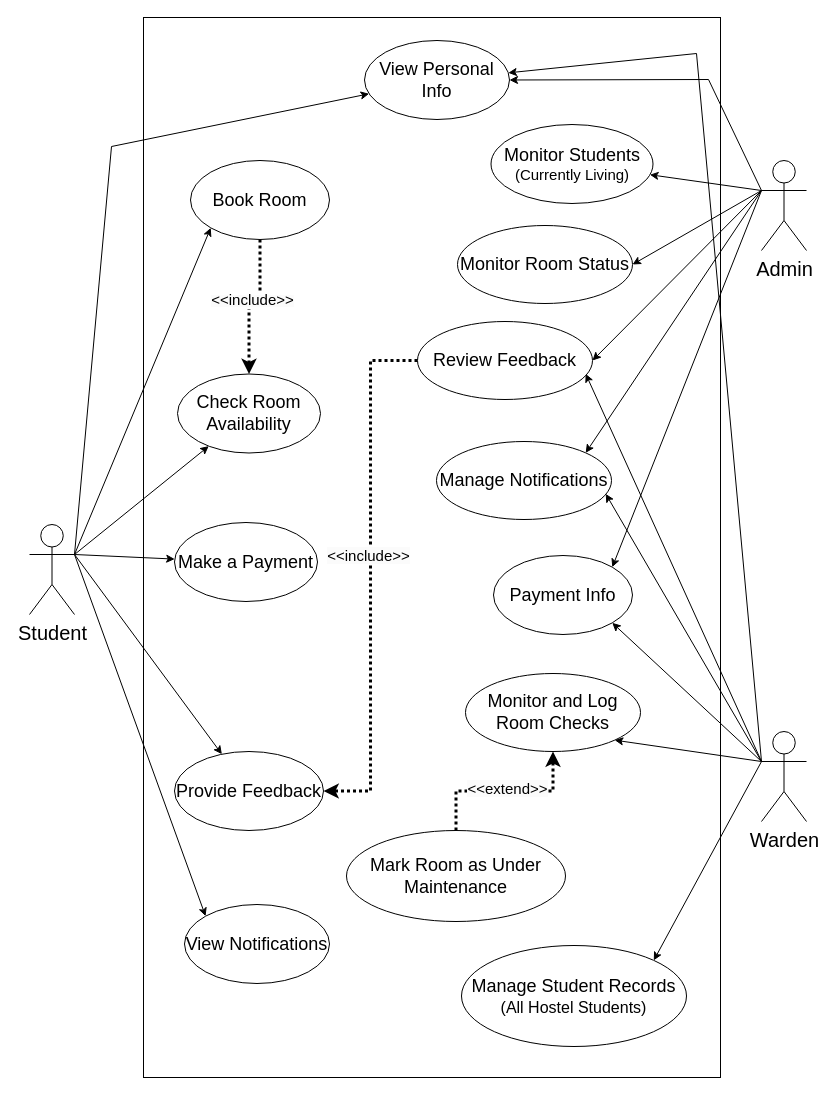
OU-Hostel-Management/OU-Hostel-System keeps this draw.io diagram as Use_case_diagram.drawio. Above is the earlier version. Source tidied: cells renumbered, new cells numbered last; positions are measured from the earlier drawing's top-left corner, leaving out a move shared by most shapes. Both pictures are drawn from the tidied source at 100%, with x=0, y=0 at pixel (29, 17).
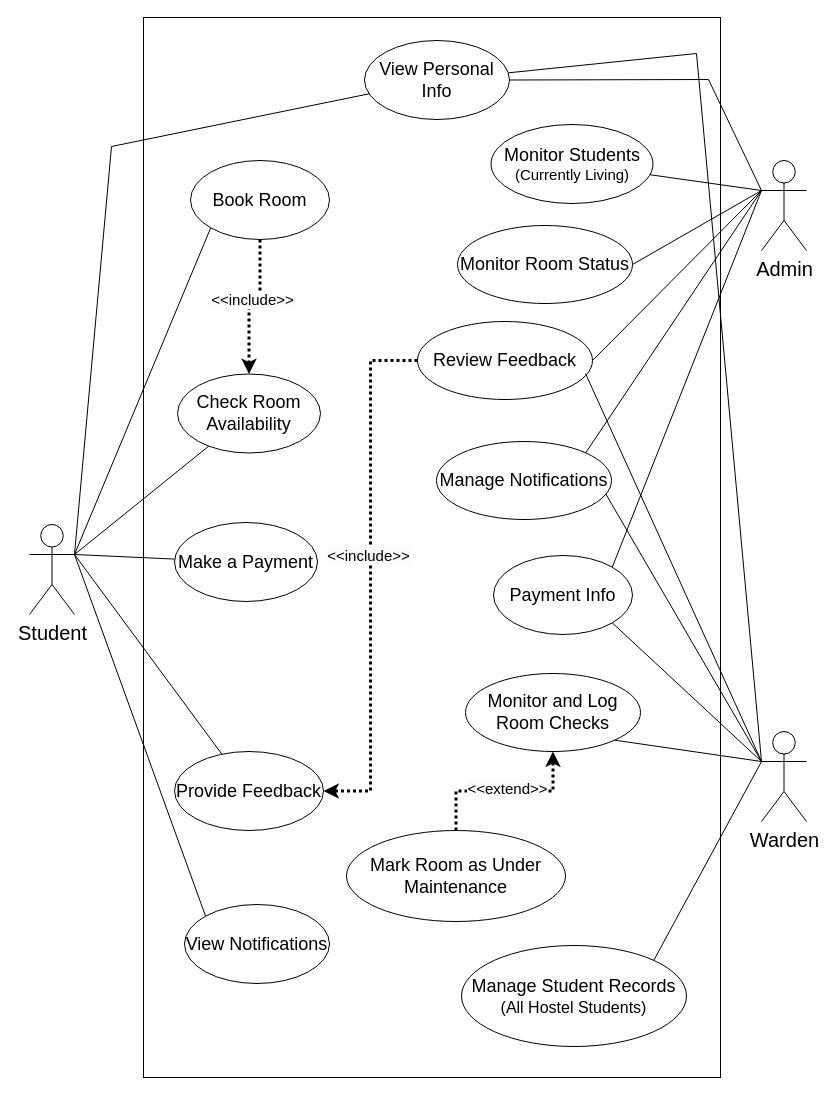
The same diagram, later.

The change refers to these unchanged cells:
```xml
<mxCell id="3" value="&lt;font style=&quot;font-size: 20px;&quot;&gt;Student&lt;/font&gt;" style="shape=umlActor;verticalLabelPosition=bottom;verticalAlign=top;html=1;outlineConnect=0;" parent="1" vertex="1">
  <mxGeometry y="507" width="45" height="90" as="geometry" />
</mxCell>
<mxCell id="4" value="&lt;font style=&quot;font-size: 20px;&quot;&gt;Admin&lt;/font&gt;" style="shape=umlActor;verticalLabelPosition=bottom;verticalAlign=top;html=1;outlineConnect=0;" parent="1" vertex="1">
  <mxGeometry x="732" y="143" width="45" height="90" as="geometry" />
</mxCell>
<mxCell id="5" value="&lt;font style=&quot;font-size: 20px;&quot;&gt;Warden&lt;/font&gt;" style="shape=umlActor;verticalLabelPosition=bottom;verticalAlign=top;html=1;outlineConnect=0;" parent="1" vertex="1">
  <mxGeometry x="732" y="714" width="45" height="90" as="geometry" />
</mxCell>
<mxCell id="6" value="&lt;font style=&quot;font-size: 18px;&quot;&gt;View Personal Info&lt;/font&gt;" style="ellipse;whiteSpace=wrap;html=1;" parent="1" vertex="1">
  <mxGeometry x="335" y="23" width="145" height="79" as="geometry" />
</mxCell>
<mxCell id="9" value="&lt;span style=&quot;font-size: 18px;&quot;&gt;Book Room&lt;/span&gt;" style="ellipse;whiteSpace=wrap;html=1;" parent="1" vertex="1">
  <mxGeometry x="161" y="143" width="139" height="79" as="geometry" />
</mxCell>
<mxCell id="10" value="&lt;font style=&quot;font-size: 18px;&quot;&gt;Make a Payment&lt;/font&gt;" style="ellipse;whiteSpace=wrap;html=1;" parent="1" vertex="1">
  <mxGeometry x="145" y="505" width="143" height="79" as="geometry" />
</mxCell>
<mxCell id="11" value="&lt;font style=&quot;font-size: 18px;&quot;&gt;Provide Feedback&lt;/font&gt;" style="ellipse;whiteSpace=wrap;html=1;" parent="1" vertex="1">
  <mxGeometry x="145" y="734" width="149" height="79" as="geometry" />
</mxCell>
<mxCell id="12" value="&lt;font style=&quot;font-size: 18px;&quot;&gt;View Notifications&lt;/font&gt;" style="ellipse;whiteSpace=wrap;html=1;" parent="1" vertex="1">
  <mxGeometry x="155" y="887" width="145" height="79" as="geometry" />
</mxCell>
<mxCell id="13" value="&lt;font style=&quot;font-size: 18px;&quot;&gt;Check Room Availability&lt;/font&gt;" style="ellipse;whiteSpace=wrap;html=1;" parent="1" vertex="1">
  <mxGeometry x="148" y="356.5" width="143" height="79" as="geometry" />
</mxCell>
<mxCell id="14" value="&lt;font style=&quot;font-size: 18px;&quot;&gt;Monitor Students&lt;/font&gt;&lt;div&gt;&lt;font style=&quot;font-size: 15px;&quot;&gt;(Currently Living)&lt;/font&gt;&lt;/div&gt;" style="ellipse;whiteSpace=wrap;html=1;" parent="1" vertex="1">
  <mxGeometry x="461.5" y="107" width="162" height="79" as="geometry" />
</mxCell>
<mxCell id="15" value="&lt;font style=&quot;font-size: 18px;&quot;&gt;Payment Info&lt;/font&gt;" style="ellipse;whiteSpace=wrap;html=1;" parent="1" vertex="1">
  <mxGeometry x="464" y="538" width="139" height="79" as="geometry" />
</mxCell>
<mxCell id="16" value="&lt;font style=&quot;font-size: 18px;&quot;&gt;Manage Notifications&lt;/font&gt;" style="ellipse;whiteSpace=wrap;html=1;" parent="1" vertex="1">
  <mxGeometry x="407" y="424" width="175" height="78" as="geometry" />
</mxCell>
<mxCell id="19" value="&lt;font style=&quot;font-size: 18px;&quot;&gt;Review Feedback&lt;/font&gt;" style="ellipse;whiteSpace=wrap;html=1;" parent="1" vertex="1">
  <mxGeometry x="388" y="304" width="175" height="78" as="geometry" />
</mxCell>
<mxCell id="20" value="&lt;font style=&quot;font-size: 18px;&quot;&gt;Monitor Room Status&lt;/font&gt;" style="ellipse;whiteSpace=wrap;html=1;" parent="1" vertex="1">
  <mxGeometry x="428" y="208" width="175" height="78" as="geometry" />
</mxCell>
<mxCell id="22" value="&lt;font style=&quot;font-size: 18px;&quot;&gt;Manage Student Records&lt;/font&gt;&lt;div&gt;&lt;font style=&quot;font-size: 16px;&quot;&gt;(All Hostel Students)&lt;/font&gt;&lt;/div&gt;" style="ellipse;whiteSpace=wrap;html=1;" parent="1" vertex="1">
  <mxGeometry x="432" y="928" width="225" height="101" as="geometry" />
</mxCell>
<mxCell id="23" value="&lt;font style=&quot;font-size: 18px;&quot;&gt;Monitor and Log Room Checks&lt;/font&gt;" style="ellipse;whiteSpace=wrap;html=1;" parent="1" vertex="1">
  <mxGeometry x="436" y="656" width="175" height="78" as="geometry" />
</mxCell>
```

Change to the diagram source:
```diff
@@
-    <mxCell id="27" style="endArrow=classic;html=1;rounded=0;exitX=1;exitY=0.3333333333333333;exitDx=0;exitDy=0;exitPerimeter=0;" parent="1" edge="1" source="3" target="6">
+    <mxCell id="27" style="endArrow=none;html=1;rounded=0;exitX=1;exitY=0.3333333333333333;exitDx=0;exitDy=0;exitPerimeter=0;startFill=0;" parent="1" edge="1" source="3" target="6">
       <mxGeometry relative="1" as="geometry">
         <Array as="points">
           <mxPoint x="82" y="129" />
         </Array>
       </mxGeometry>
     </mxCell>
-    <mxCell id="28" style="endArrow=classic;html=1;rounded=0;exitX=1;exitY=0.3333333333333333;exitDx=0;exitDy=0;exitPerimeter=0;entryX=0;entryY=1;entryDx=0;entryDy=0;" parent="1" edge="1" source="3" target="9">
+    <mxCell id="28" style="endArrow=none;html=1;rounded=0;exitX=1;exitY=0.3333333333333333;exitDx=0;exitDy=0;exitPerimeter=0;entryX=0;entryY=1;entryDx=0;entryDy=0;startFill=0;" parent="1" edge="1" source="3" target="9">
       <mxGeometry relative="1" as="geometry" />
     </mxCell>
-    <mxCell id="29" style="endArrow=classic;html=1;rounded=0;exitX=1;exitY=0.3333333333333333;exitDx=0;exitDy=0;exitPerimeter=0;" parent="1" edge="1" source="3" target="13">
+    <mxCell id="29" style="endArrow=none;html=1;rounded=0;exitX=1;exitY=0.3333333333333333;exitDx=0;exitDy=0;exitPerimeter=0;startFill=0;" parent="1" edge="1" source="3" target="13">
       <mxGeometry relative="1" as="geometry" />
     </mxCell>
-    <mxCell id="30" style="endArrow=classic;html=1;rounded=0;exitX=1;exitY=0.3333333333333333;exitDx=0;exitDy=0;exitPerimeter=0;" parent="1" edge="1" source="3" target="10">
+    <mxCell id="30" style="endArrow=none;html=1;rounded=0;exitX=1;exitY=0.3333333333333333;exitDx=0;exitDy=0;exitPerimeter=0;startFill=0;" parent="1" edge="1" source="3" target="10">
       <mxGeometry relative="1" as="geometry" />
     </mxCell>
-    <mxCell id="31" style="endArrow=classic;html=1;rounded=0;exitX=1;exitY=0.3333333333333333;exitDx=0;exitDy=0;exitPerimeter=0;" parent="1" edge="1" source="3" target="11">
+    <mxCell id="31" style="endArrow=none;html=1;rounded=0;exitX=1;exitY=0.3333333333333333;exitDx=0;exitDy=0;exitPerimeter=0;startFill=0;" parent="1" edge="1" source="3" target="11">
       <mxGeometry relative="1" as="geometry" />
     </mxCell>
-    <mxCell id="32" style="endArrow=classic;html=1;rounded=0;exitX=1;exitY=0.3333333333333333;exitDx=0;exitDy=0;exitPerimeter=0;entryX=0;entryY=0;entryDx=0;entryDy=0;" parent="1" edge="1" source="3" target="12">
+    <mxCell id="32" style="endArrow=none;html=1;rounded=0;exitX=1;exitY=0.3333333333333333;exitDx=0;exitDy=0;exitPerimeter=0;entryX=0;entryY=0;entryDx=0;entryDy=0;startFill=0;" parent="1" edge="1" source="3" target="12">
       <mxGeometry relative="1" as="geometry" />
     </mxCell>
-    <mxCell id="33" style="endArrow=classic;html=1;rounded=0;exitX=0;exitY=0.3333333333333333;exitDx=0;exitDy=0;exitPerimeter=0;" parent="1" edge="1" source="4" target="6">
+    <mxCell id="33" style="endArrow=none;html=1;rounded=0;exitX=0;exitY=0.3333333333333333;exitDx=0;exitDy=0;exitPerimeter=0;startFill=0;" parent="1" edge="1" source="4" target="6">
       <mxGeometry relative="1" as="geometry">
         <Array as="points">
           <mxPoint x="679" y="62" />
         </Array>
       </mxGeometry>
     </mxCell>
-    <mxCell id="34" style="endArrow=classic;html=1;rounded=0;exitX=0;exitY=0.3333333333333333;exitDx=0;exitDy=0;exitPerimeter=0;" parent="1" edge="1" source="4" target="14">
+    <mxCell id="34" style="endArrow=none;html=1;rounded=0;exitX=0;exitY=0.3333333333333333;exitDx=0;exitDy=0;exitPerimeter=0;startFill=0;" parent="1" edge="1" source="4" target="14">
       <mxGeometry relative="1" as="geometry" />
     </mxCell>
-    <mxCell id="35" style="endArrow=classic;html=1;rounded=0;exitX=0;exitY=0.3333333333333333;exitDx=0;exitDy=0;exitPerimeter=0;entryX=1;entryY=0.5;entryDx=0;entryDy=0;" parent="1" edge="1" source="4" target="20">
+    <mxCell id="35" style="endArrow=none;html=1;rounded=0;exitX=0;exitY=0.3333333333333333;exitDx=0;exitDy=0;exitPerimeter=0;entryX=1;entryY=0.5;entryDx=0;entryDy=0;startFill=0;" parent="1" edge="1" source="4" target="20">
       <mxGeometry relative="1" as="geometry" />
     </mxCell>
-    <mxCell id="36" style="endArrow=classic;html=1;rounded=0;exitX=0;exitY=0.3333333333333333;exitDx=0;exitDy=0;exitPerimeter=0;entryX=1;entryY=0.5;entryDx=0;entryDy=0;" parent="1" edge="1" source="4" target="19">
+    <mxCell id="36" style="endArrow=none;html=1;rounded=0;exitX=0;exitY=0.3333333333333333;exitDx=0;exitDy=0;exitPerimeter=0;entryX=1;entryY=0.5;entryDx=0;entryDy=0;startFill=0;" parent="1" edge="1" source="4" target="19">
       <mxGeometry relative="1" as="geometry" />
     </mxCell>
-    <mxCell id="37" style="endArrow=classic;html=1;rounded=0;exitX=0;exitY=0.3333333333333333;exitDx=0;exitDy=0;exitPerimeter=0;entryX=1;entryY=0;entryDx=0;entryDy=0;" parent="1" edge="1" source="4" target="16">
+    <mxCell id="37" style="endArrow=none;html=1;rounded=0;exitX=0;exitY=0.3333333333333333;exitDx=0;exitDy=0;exitPerimeter=0;entryX=1;entryY=0;entryDx=0;entryDy=0;startFill=0;" parent="1" edge="1" source="4" target="16">
       <mxGeometry relative="1" as="geometry" />
     </mxCell>
-    <mxCell id="38" style="endArrow=classic;html=1;rounded=0;entryX=1;entryY=0;entryDx=0;entryDy=0;exitX=0;exitY=0.3333333333333333;exitDx=0;exitDy=0;exitPerimeter=0;" parent="1" edge="1" source="4" target="15">
+    <mxCell id="38" style="endArrow=none;html=1;rounded=0;entryX=1;entryY=0;entryDx=0;entryDy=0;exitX=0;exitY=0.3333333333333333;exitDx=0;exitDy=0;exitPerimeter=0;startFill=0;" parent="1" edge="1" source="4" target="15">
       <mxGeometry relative="1" as="geometry" />
     </mxCell>
-    <mxCell id="39" style="endArrow=classic;html=1;rounded=0;exitX=0;exitY=0.3333333333333333;exitDx=0;exitDy=0;exitPerimeter=0;" parent="1" edge="1" source="5" target="6">
+    <mxCell id="39" style="endArrow=none;html=1;rounded=0;exitX=0;exitY=0.3333333333333333;exitDx=0;exitDy=0;exitPerimeter=0;startFill=0;" parent="1" edge="1" source="5" target="6">
       <mxGeometry relative="1" as="geometry">
         <Array as="points">
           <mxPoint x="667" y="36" />
         </Array>
       </mxGeometry>
     </mxCell>
-    <mxCell id="40" style="endArrow=classic;html=1;rounded=0;entryX=0.961;entryY=0.671;entryDx=0;entryDy=0;exitX=0;exitY=0.3333333333333333;exitDx=0;exitDy=0;exitPerimeter=0;entryPerimeter=0;" parent="1" edge="1" source="5" target="19">
+    <mxCell id="40" style="endArrow=none;html=1;rounded=0;entryX=0.961;entryY=0.671;entryDx=0;entryDy=0;exitX=0;exitY=0.3333333333333333;exitDx=0;exitDy=0;exitPerimeter=0;entryPerimeter=0;startFill=0;" parent="1" edge="1" source="5" target="19">
       <mxGeometry relative="1" as="geometry" />
     </mxCell>
-    <mxCell id="41" style="endArrow=classic;html=1;rounded=0;entryX=0.967;entryY=0.671;entryDx=0;entryDy=0;exitX=0;exitY=0.3333333333333333;exitDx=0;exitDy=0;exitPerimeter=0;entryPerimeter=0;" parent="1" edge="1" source="5" target="16">
+    <mxCell id="41" style="endArrow=none;html=1;rounded=0;entryX=0.967;entryY=0.671;entryDx=0;entryDy=0;exitX=0;exitY=0.3333333333333333;exitDx=0;exitDy=0;exitPerimeter=0;entryPerimeter=0;startFill=0;" parent="1" edge="1" source="5" target="16">
       <mxGeometry relative="1" as="geometry" />
     </mxCell>
-    <mxCell id="42" style="endArrow=classic;html=1;rounded=0;entryX=1;entryY=1;entryDx=0;entryDy=0;exitX=0;exitY=0.3333333333333333;exitDx=0;exitDy=0;exitPerimeter=0;" parent="1" edge="1" source="5" target="15">
+    <mxCell id="42" style="endArrow=none;html=1;rounded=0;entryX=1;entryY=1;entryDx=0;entryDy=0;exitX=0;exitY=0.3333333333333333;exitDx=0;exitDy=0;exitPerimeter=0;startFill=0;" parent="1" edge="1" source="5" target="15">
       <mxGeometry relative="1" as="geometry" />
     </mxCell>
-    <mxCell id="43" style="endArrow=classic;html=1;rounded=0;entryX=1;entryY=1;entryDx=0;entryDy=0;exitX=0;exitY=0.3333333333333333;exitDx=0;exitDy=0;exitPerimeter=0;" parent="1" edge="1" source="5" target="23">
+    <mxCell id="43" style="endArrow=none;html=1;rounded=0;entryX=1;entryY=1;entryDx=0;entryDy=0;exitX=0;exitY=0.3333333333333333;exitDx=0;exitDy=0;exitPerimeter=0;startFill=0;" parent="1" edge="1" source="5" target="23">
       <mxGeometry relative="1" as="geometry" />
     </mxCell>
-    <mxCell id="44" style="endArrow=classic;html=1;rounded=0;entryX=1;entryY=0;entryDx=0;entryDy=0;exitX=0;exitY=0.3333333333333333;exitDx=0;exitDy=0;exitPerimeter=0;" parent="1" edge="1" source="5" target="22">
+    <mxCell id="44" style="endArrow=none;html=1;rounded=0;entryX=1;entryY=0;entryDx=0;entryDy=0;exitX=0;exitY=0.3333333333333333;exitDx=0;exitDy=0;exitPerimeter=0;startFill=0;" parent="1" edge="1" source="5" target="22">
       <mxGeometry relative="1" as="geometry" />
     </mxCell>
```
